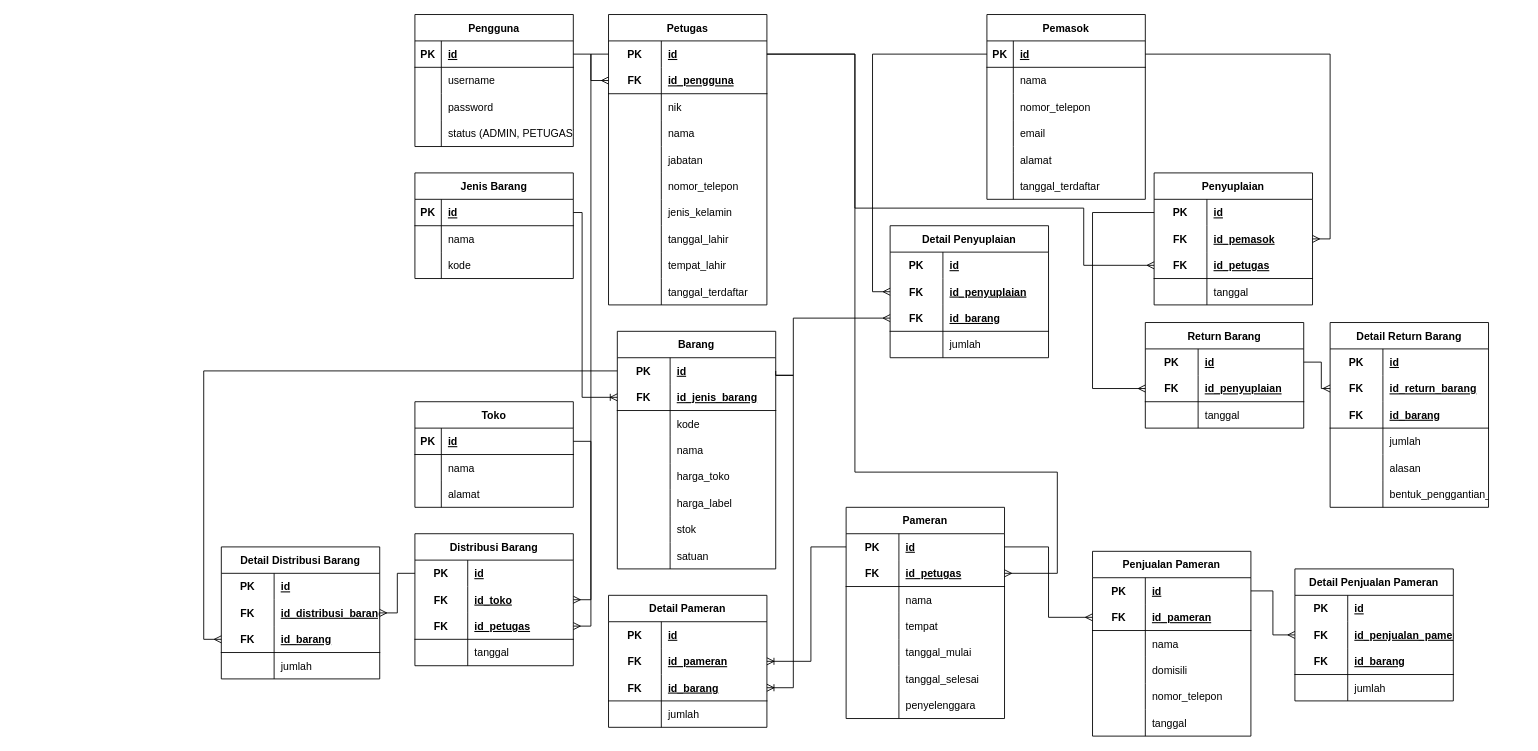
Earlier version of the draw.io diagram db/Database Schema.drawio (yafizh/Aplikasi-Gudang-The-Zamrud-Jewellery). Source tidied: cells renumbered, new cells numbered last; positions are measured from the earlier drawing's top-left corner, leaving out a move shared by most shapes. Both pictures are drawn from the tidied source at 88%, with x=0, y=0 at pixel (221, 14).
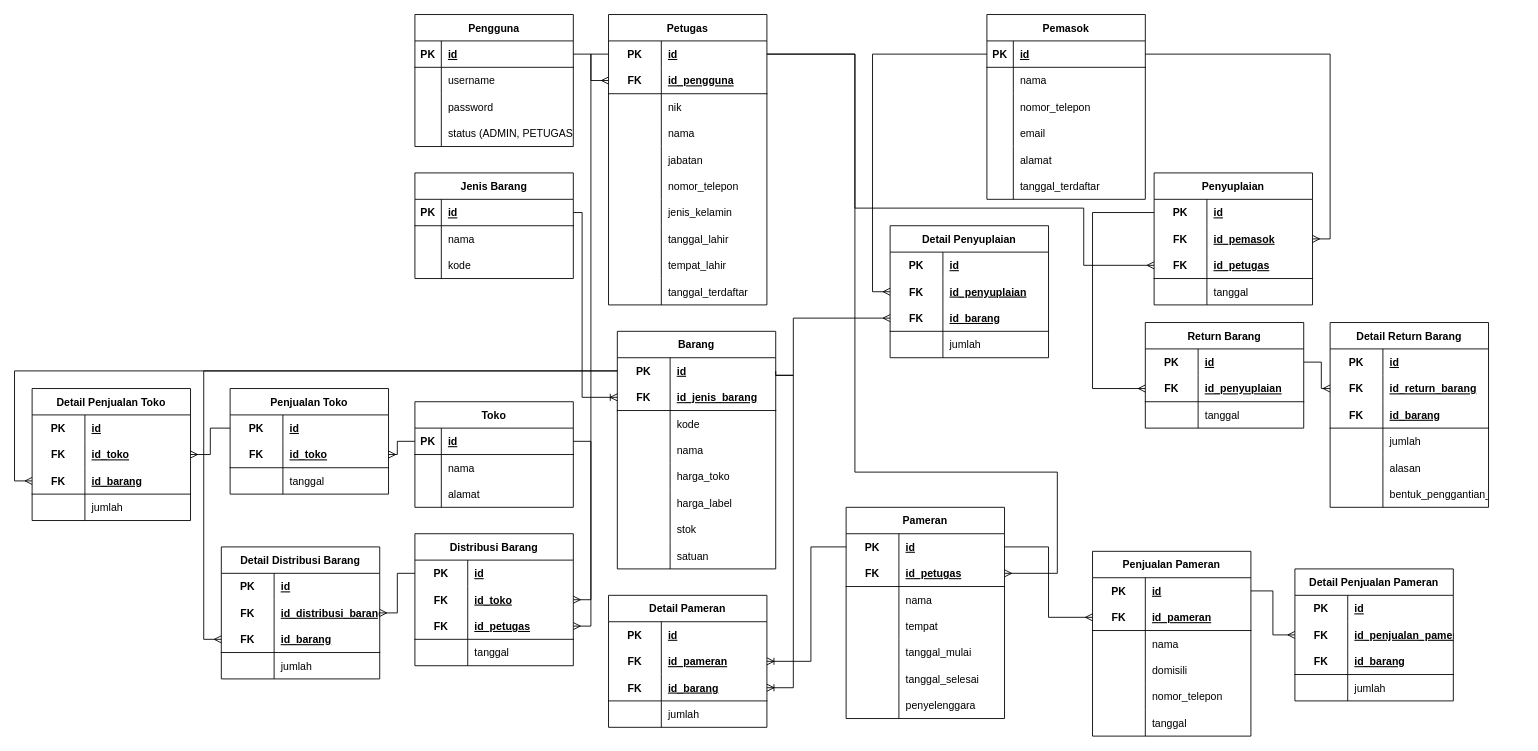
After the change.

Commit message (it also covers changes not shown here):
feature crud penjualan toko

The change refers to these unchanged cells:
```xml
<mxCell id="57" style="shape=tableRow;horizontal=0;startSize=0;swimlaneHead=0;swimlaneBody=0;fillColor=none;points=[[0,0.5],[1,0.5]];portConstraint=eastwest;top=0;left=0;right=0;bottom=0;" parent="56" vertex="1">
  <mxGeometry y="30" width="180" height="30" as="geometry" />
</mxCell>
<mxCell id="235" style="shape=tableRow;horizontal=0;startSize=0;swimlaneHead=0;swimlaneBody=0;fillColor=none;points=[[0,0.5],[1,0.5]];portConstraint=eastwest;top=0;left=0;right=0;bottom=1;" parent="234" vertex="1">
  <mxGeometry y="30" width="180" height="30" as="geometry" />
</mxCell>
```

The edit, as a diff of the source:
```diff
@@
+    <mxCell id="275" value="Penjualan Toko" style="shape=table;startSize=30;childLayout=tableLayout;rowLines=0;fontStyle=1;align=center;" parent="1" vertex="1">
+      <mxGeometry x="10" y="425" width="180" height="120" as="geometry" />
+    </mxCell>
+    <mxCell id="276" style="shape=tableRow;horizontal=0;startSize=0;swimlaneHead=0;swimlaneBody=0;fillColor=none;points=[[0,0.5],[1,0.5]];portConstraint=eastwest;top=0;left=0;right=0;bottom=0;" parent="275" vertex="1">
+      <mxGeometry y="30" width="180" height="30" as="geometry" />
+    </mxCell>
+    <mxCell id="277" value="PK" style="shape=partialRectangle;fillColor=none;top=0;left=0;bottom=0;right=0;fontStyle=1;overflow=hidden;" parent="276" vertex="1">
+      <mxGeometry width="60" height="30" as="geometry" />
+    </mxCell>
+    <mxCell id="278" value="id" style="shape=partialRectangle;fillColor=none;top=0;left=0;bottom=0;right=0;align=left;spacingLeft=6;fontStyle=5;overflow=hidden;" parent="276" vertex="1">
+      <mxGeometry x="60" width="120" height="30" as="geometry" />
+    </mxCell>
+    <mxCell id="279" style="shape=tableRow;horizontal=0;startSize=0;swimlaneHead=0;swimlaneBody=0;fillColor=none;points=[[0,0.5],[1,0.5]];portConstraint=eastwest;top=0;left=0;right=0;bottom=1;" parent="275" vertex="1">
+      <mxGeometry y="60" width="180" height="30" as="geometry" />
+    </mxCell>
+    <mxCell id="280" value="FK" style="shape=partialRectangle;fillColor=none;top=0;left=0;bottom=0;right=0;fontStyle=1;overflow=hidden;" parent="279" vertex="1">
+      <mxGeometry width="60" height="30" as="geometry" />
+    </mxCell>
+    <mxCell id="281" value="id_toko" style="shape=partialRectangle;fillColor=none;top=0;left=0;bottom=0;right=0;align=left;spacingLeft=6;fontStyle=5;overflow=hidden;" parent="279" vertex="1">
+      <mxGeometry x="60" width="120" height="30" as="geometry" />
+    </mxCell>
+    <mxCell id="282" style="shape=tableRow;horizontal=0;startSize=0;swimlaneHead=0;swimlaneBody=0;fillColor=none;top=0;left=0;right=0;bottom=0;" parent="275" vertex="1">
+      <mxGeometry y="90" width="180" height="30" as="geometry" />
+    </mxCell>
+    <mxCell id="283" style="shape=partialRectangle;fillColor=none;top=0;left=0;bottom=0;right=0;overflow=hidden;" parent="282" vertex="1">
+      <mxGeometry width="60" height="30" as="geometry" />
+    </mxCell>
+    <mxCell id="284" value="tanggal" style="shape=partialRectangle;fillColor=none;top=0;left=0;bottom=0;right=0;align=left;spacingLeft=6;overflow=hidden;" parent="282" vertex="1">
+      <mxGeometry x="60" width="120" height="30" as="geometry" />
+    </mxCell>
+    <mxCell id="285" value="Detail Penjualan Toko" style="shape=table;startSize=30;childLayout=tableLayout;rowLines=0;fontStyle=1;align=center;" parent="1" vertex="1">
+      <mxGeometry x="-215" y="425" width="180" height="150" as="geometry" />
+    </mxCell>
+    <mxCell id="286" style="shape=tableRow;horizontal=0;startSize=0;swimlaneHead=0;swimlaneBody=0;fillColor=none;top=0;left=0;right=0;bottom=0;" parent="285" vertex="1">
+      <mxGeometry y="30" width="180" height="30" as="geometry" />
+    </mxCell>
+    <mxCell id="287" value="PK" style="shape=partialRectangle;fillColor=none;top=0;left=0;bottom=0;right=0;fontStyle=1;overflow=hidden;" parent="286" vertex="1">
+      <mxGeometry width="60" height="30" as="geometry" />
+    </mxCell>
+    <mxCell id="288" value="id" style="shape=partialRectangle;fillColor=none;top=0;left=0;bottom=0;right=0;align=left;spacingLeft=6;fontStyle=5;overflow=hidden;" parent="286" vertex="1">
+      <mxGeometry x="60" width="120" height="30" as="geometry" />
+    </mxCell>
+    <mxCell id="289" style="shape=tableRow;horizontal=0;startSize=0;swimlaneHead=0;swimlaneBody=0;fillColor=none;points=[[0,0.5],[1,0.5]];portConstraint=eastwest;top=0;left=0;right=0;bottom=0;" parent="285" vertex="1">
+      <mxGeometry y="60" width="180" height="30" as="geometry" />
+    </mxCell>
+    <mxCell id="290" value="FK" style="shape=partialRectangle;fillColor=none;top=0;left=0;bottom=0;right=0;fontStyle=1;overflow=hidden;" parent="289" vertex="1">
+      <mxGeometry width="60" height="30" as="geometry" />
+    </mxCell>
+    <mxCell id="291" value="id_toko" style="shape=partialRectangle;fillColor=none;top=0;left=0;bottom=0;right=0;align=left;spacingLeft=6;fontStyle=5;overflow=hidden;" parent="289" vertex="1">
+      <mxGeometry x="60" width="120" height="30" as="geometry" />
+    </mxCell>
+    <mxCell id="292" style="shape=tableRow;horizontal=0;startSize=0;swimlaneHead=0;swimlaneBody=0;fillColor=none;points=[[0,0.5],[1,0.5]];portConstraint=eastwest;top=0;left=0;right=0;bottom=1;" parent="285" vertex="1">
+      <mxGeometry y="90" width="180" height="30" as="geometry" />
+    </mxCell>
+    <mxCell id="293" value="FK" style="shape=partialRectangle;fillColor=none;top=0;left=0;bottom=0;right=0;fontStyle=1;overflow=hidden;" parent="292" vertex="1">
+      <mxGeometry width="60" height="30" as="geometry" />
+    </mxCell>
+    <mxCell id="294" value="id_barang" style="shape=partialRectangle;fillColor=none;top=0;left=0;bottom=0;right=0;align=left;spacingLeft=6;fontStyle=5;overflow=hidden;" parent="292" vertex="1">
+      <mxGeometry x="60" width="120" height="30" as="geometry" />
+    </mxCell>
+    <mxCell id="295" style="shape=tableRow;horizontal=0;startSize=0;swimlaneHead=0;swimlaneBody=0;fillColor=none;top=0;left=0;right=0;bottom=0;" parent="285" vertex="1">
+      <mxGeometry y="120" width="180" height="30" as="geometry" />
+    </mxCell>
+    <mxCell id="296" style="shape=partialRectangle;fillColor=none;top=0;left=0;bottom=0;right=0;overflow=hidden;" parent="295" vertex="1">
+      <mxGeometry width="60" height="30" as="geometry" />
+    </mxCell>
+    <mxCell id="297" value="jumlah" style="shape=partialRectangle;fillColor=none;top=0;left=0;bottom=0;right=0;align=left;spacingLeft=6;overflow=hidden;" parent="295" vertex="1">
+      <mxGeometry x="60" width="120" height="30" as="geometry" />
+    </mxCell>
+    <mxCell id="298" style="edgeStyle=orthogonalEdgeStyle;rounded=0;jettySize=auto;html=1;entryX=1;entryY=0.5;entryDx=0;entryDy=0;endArrow=ERmany;endFill=0;" parent="1" edge="1" source="235" target="279">
+      <mxGeometry relative="1" as="geometry" />
+    </mxCell>
+    <mxCell id="299" style="edgeStyle=orthogonalEdgeStyle;rounded=0;jettySize=auto;html=1;entryX=1;entryY=0.5;entryDx=0;entryDy=0;endArrow=ERmany;endFill=0;" parent="1" edge="1" source="276" target="289">
+      <mxGeometry relative="1" as="geometry" />
+    </mxCell>
+    <mxCell id="300" style="edgeStyle=orthogonalEdgeStyle;rounded=0;jettySize=auto;html=1;entryX=0;entryY=0.5;entryDx=0;entryDy=0;endArrow=ERmany;endFill=0;" parent="1" edge="1" source="57" target="292">
+      <mxGeometry relative="1" as="geometry" />
+    </mxCell>
```
